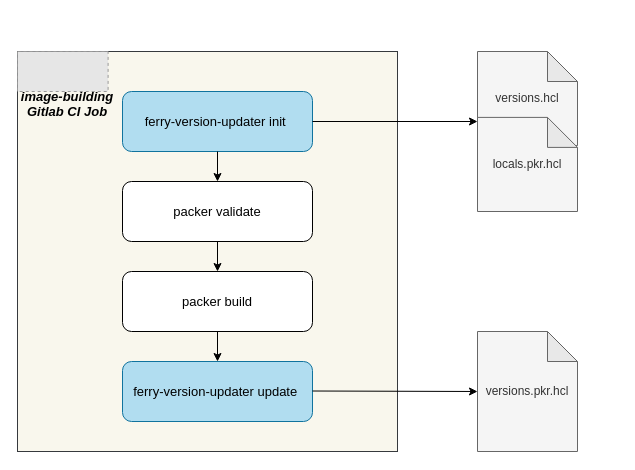
Before: ferry-version-updater.drawio in YanshanSong/draw.io, a draw.io diagram. Source tidied: cells renumbered, new cells numbered last; positions are measured from the earlier drawing's top-left corner, leaving out a move shared by most shapes. Both pictures are drawn from the tidied source at 100%, with x=0, y=0 at pixel (17, 51). Pictures stored in the file or linked from it are replaced by grey dashed boxes.
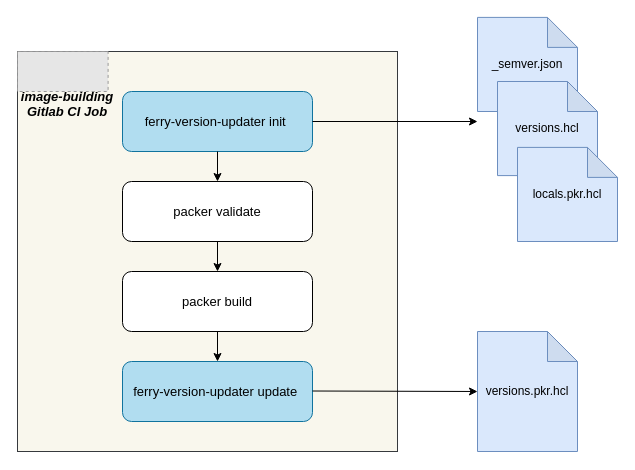
Above is the later version.

Change to the diagram source:
```diff
@@
 <mxGraphModel>
   <root>
     <mxCell id="0" />
     <mxCell id="1" parent="0" />
+    <mxCell id="18" value="_semver.json" style="shape=note;whiteSpace=wrap;html=1;backgroundOutline=1;darkOpacity=0.05;fillColor=#dae8fc;strokeColor=#6c8ebf;" parent="1" vertex="1">
+      <mxGeometry x="460" y="-34.1" width="100" height="94.1" as="geometry" />
+    </mxCell>
     <mxCell id="2" style="rounded=0;whiteSpace=wrap;html=1;fillColor=#f9f7ed;strokeColor=#36393d;" parent="1" vertex="1">
       <mxGeometry width="380" height="400" as="geometry" />
     </mxCell>
     <mxCell id="3" value="ferry-version-updater init&amp;nbsp;" style="rounded=1;whiteSpace=wrap;html=1;fillColor=#b1ddf0;strokeColor=#10739e;fontSize=13;" parent="1" vertex="1">
       <mxGeometry x="105" y="40" width="190" height="60" as="geometry" />
     </mxCell>
     <mxCell id="4" value="packer validate" style="rounded=1;whiteSpace=wrap;html=1;fontSize=13;" parent="1" vertex="1">
       <mxGeometry x="105" y="130" width="190" height="60" as="geometry" />
     </mxCell>
     <mxCell id="5" value="packer build" style="rounded=1;whiteSpace=wrap;html=1;fontSize=13;" parent="1" vertex="1">
       <mxGeometry x="105" y="220" width="190" height="60" as="geometry" />
     </mxCell>
     <mxCell id="6" value="ferry-version-updater update&amp;nbsp;" style="rounded=1;whiteSpace=wrap;html=1;fillColor=#b1ddf0;strokeColor=#10739e;fontSize=13;" parent="1" vertex="1">
       <mxGeometry x="105" y="310" width="190" height="60" as="geometry" />
     </mxCell>
     <mxCell id="7" style="fillColor=#E6E6E6;strokeColor=#999999;dashed=1;verticalLabelPosition=bottom;labelBackgroundColor=default;verticalAlign=top;" parent="1" vertex="1">
       <mxGeometry width="90.6" height="40" as="geometry" />
     </mxCell>
     <mxCell id="8" value="&lt;br style=&quot;font-size: 13px;&quot;&gt;image-building&lt;br style=&quot;font-size: 13px;&quot;&gt;Gitlab CI Job" style="text;html=1;strokeColor=none;fillColor=none;align=center;verticalAlign=middle;whiteSpace=wrap;rounded=0;fontSize=13;fontStyle=3;" parent="1" vertex="1">
       <mxGeometry y="30" width="100" height="30" as="geometry" />
     </mxCell>
-    <mxCell id="9" style="group;" parent="1" vertex="1">
-      <mxGeometry x="460" width="100" height="160" as="geometry" />
-    </mxCell>
-    <mxCell id="10" value="versions.hcl" style="shape=note;whiteSpace=wrap;html=1;backgroundOutline=1;darkOpacity=0.05;fillColor=#f5f5f5;fontColor=#333333;strokeColor=#666666;" parent="9" vertex="1">
-      <mxGeometry width="100" height="94.1" as="geometry" />
-    </mxCell>
-    <mxCell id="11" value="locals.pkr.hcl" style="shape=note;whiteSpace=wrap;html=1;backgroundOutline=1;darkOpacity=0.05;fillColor=#f5f5f5;fontColor=#333333;strokeColor=#666666;" parent="9" vertex="1">
-      <mxGeometry y="65.9" width="100" height="94.1" as="geometry" />
-    </mxCell>
     <mxCell id="12" style="endArrow=classic;html=1;rounded=0;" parent="1" edge="1">
       <mxGeometry relative="1" as="geometry">
         <mxPoint x="295" y="70" as="sourcePoint" />
         <mxPoint x="460" y="70" as="targetPoint" />
       </mxGeometry>
     </mxCell>
-    <mxCell id="13" value="versions.pkr.hcl" style="shape=note;whiteSpace=wrap;html=1;backgroundOutline=1;darkOpacity=0.05;fillColor=#f5f5f5;strokeColor=#666666;fontColor=#333333;" parent="1" vertex="1">
+    <mxCell id="13" value="versions.pkr.hcl" style="shape=note;whiteSpace=wrap;html=1;backgroundOutline=1;darkOpacity=0.05;fillColor=#dae8fc;strokeColor=#6c8ebf;" parent="1" vertex="1">
       <mxGeometry x="460" y="280" width="100" height="120" as="geometry" />
     </mxCell>
     <mxCell id="14" style="endArrow=classic;html=1;rounded=0;exitX=1;exitY=0.5;exitDx=0;exitDy=0;entryX=0;entryY=0.5;entryDx=0;entryDy=0;entryPerimeter=0;" parent="1" edge="1" target="13">
       <mxGeometry relative="1" as="geometry">
         <mxPoint x="295" y="339.5" as="sourcePoint" />
       </mxGeometry>
     </mxCell>
     <mxCell id="15" style="endArrow=classic;html=1;rounded=0;exitX=0.5;exitY=1;exitDx=0;exitDy=0;entryX=0.5;entryY=0;entryDx=0;entryDy=0;" parent="1" edge="1" source="3" target="4">
       <mxGeometry relative="1" as="geometry" />
     </mxCell>
     <mxCell id="16" style="endArrow=classic;html=1;rounded=0;exitX=0.5;exitY=1;exitDx=0;exitDy=0;" parent="1" edge="1" source="4" target="5">
       <mxGeometry relative="1" as="geometry" />
     </mxCell>
     <mxCell id="17" style="endArrow=classic;html=1;rounded=0;exitX=0.5;exitY=1;exitDx=0;exitDy=0;entryX=0.5;entryY=0;entryDx=0;entryDy=0;" parent="1" edge="1" source="5" target="6">
       <mxGeometry relative="1" as="geometry" />
     </mxCell>
+    <mxCell id="10" value="versions.hcl" style="shape=note;whiteSpace=wrap;html=1;backgroundOutline=1;darkOpacity=0.05;fillColor=#dae8fc;strokeColor=#6c8ebf;" parent="1" vertex="1">
+      <mxGeometry x="480" y="30" width="100" height="94.1" as="geometry" />
+    </mxCell>
+    <mxCell id="11" value="locals.pkr.hcl" style="shape=note;whiteSpace=wrap;html=1;backgroundOutline=1;darkOpacity=0.05;fillColor=#dae8fc;strokeColor=#6c8ebf;" parent="1" vertex="1">
+      <mxGeometry x="500" y="95.9" width="100" height="94.1" as="geometry" />
+    </mxCell>
   </root>
 </mxGraphModel>
```
